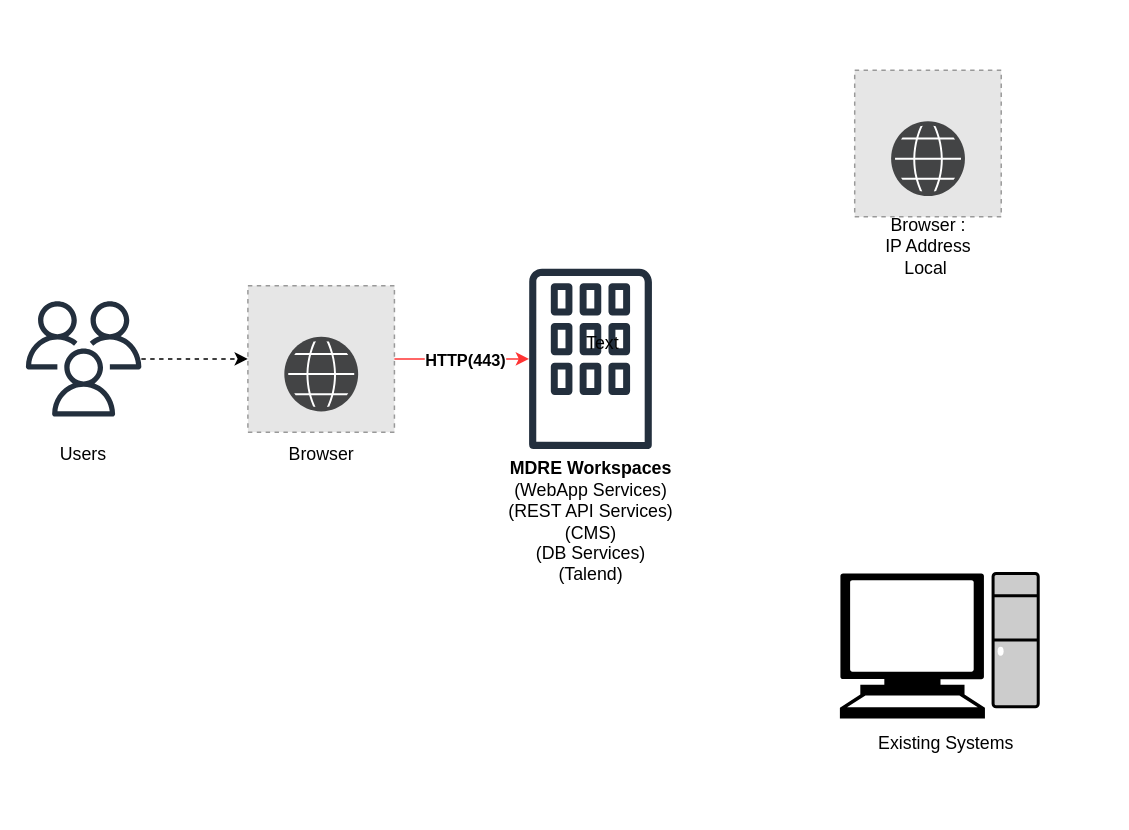
mrapriansyah34/draw.io keeps this draw.io diagram as mdreworkspaces.drawio. Above is the earlier version. Source tidied: cells renumbered, new cells numbered last; positions are measured from the earlier drawing's top-left corner, leaving out a move shared by most shapes. Both pictures are drawn from the tidied source at 148%, with x=0, y=0 at pixel (25, 70). Pictures stored in the file or linked from it are replaced by grey dashed boxes.
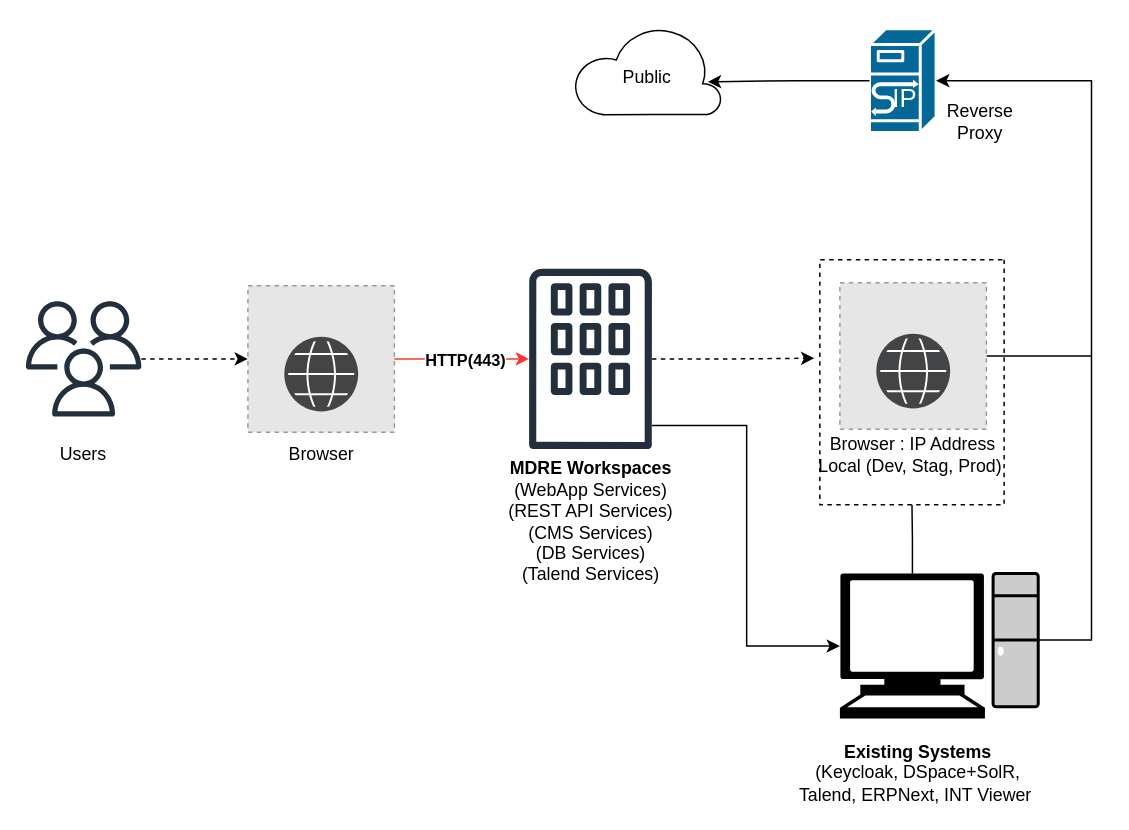
After the change.

Unchanged cells that the change refers to:
```xml
<mxCell id="8" style="sketch=0;outlineConnect=0;fontColor=#232F3E;gradientColor=none;fillColor=#232F3D;strokeColor=none;dashed=0;verticalLabelPosition=bottom;verticalAlign=top;align=center;html=1;fontSize=12;fontStyle=0;shape=mxgraph.aws4.corporate_data_center;" parent="1" vertex="1">
  <mxGeometry x="340" y="133.9" width="83" height="122.2" as="geometry" />
</mxCell>
<mxCell id="12" style="fillColor=#E6E6E6;strokeColor=#999999;dashed=1;html=1;verticalAlign=top;verticalLabelPosition=bottom;labelBackgroundColor=#ffffff;" parent="11" vertex="1">
  <mxGeometry width="99" height="99" as="geometry" />
</mxCell>
<mxCell id="21" style="fontColor=#0066CC;verticalAlign=top;verticalLabelPosition=bottom;labelPosition=center;align=center;html=1;outlineConnect=0;fillColor=#CCCCCC;strokeColor=#000000;gradientColor=none;gradientDirection=north;strokeWidth=2;shape=mxgraph.networks.desktop_pc;" parent="20" vertex="1">
  <mxGeometry x="103.5" width="30.5" height="90" as="geometry" />
</mxCell>
<mxCell id="22" style="shape=mxgraph.signs.tech.computer;html=1;fillColor=#000000;strokeColor=none;verticalLabelPosition=bottom;verticalAlign=top;align=center;" parent="20" vertex="1">
  <mxGeometry width="98" height="98" as="geometry" />
</mxCell>
```

Change to the diagram source:
```diff
@@
+    <mxCell id="23" style="edgeStyle=orthogonalEdgeStyle;rounded=0;jettySize=auto;html=1;entryX=0.402;entryY=1.03;entryDx=0;entryDy=0;entryPerimeter=0;dashed=1;" parent="1" edge="1" source="8" target="24">
+      <mxGeometry relative="1" as="geometry" />
+    </mxCell>
@@
     <mxCell id="11" style="group;" parent="1" vertex="1">
-      <mxGeometry x="560" width="99" height="99" as="geometry" />
+      <mxGeometry x="550" y="143.5" width="134.5" height="134.5" as="geometry" />
     </mxCell>
+    <mxCell id="24" style="verticalLabelPosition=bottom;verticalAlign=top;html=1;shape=mxgraph.basic.rect;fillColor2=none;strokeWidth=1;size=20;indent=5;rotation=90;fillColor=none;dashed=1;" parent="11" vertex="1">
+      <mxGeometry x="-34.1" y="5" width="165.6" height="124.5" as="geometry" />
+    </mxCell>
+    <mxCell id="25" style="edgeStyle=orthogonalEdgeStyle;rounded=0;jettySize=auto;html=1;endArrow=none;endFill=0;" parent="11" edge="1" source="12">
+      <mxGeometry relative="1" as="geometry">
+        <mxPoint x="170" y="49.5" as="targetPoint" />
+      </mxGeometry>
+    </mxCell>
@@
-    <mxCell id="14" value="Text" style="text;html=1;align=center;verticalAlign=middle;whiteSpace=wrap;rounded=0;" parent="1" vertex="1">
-      <mxGeometry x="360" y="170" width="60" height="30" as="geometry" />
-    </mxCell>
-    <mxCell id="15" value="&lt;b&gt;MDRE Workspaces&lt;/b&gt;&lt;br&gt;(WebApp Services)&lt;br&gt;(REST API Services)&lt;br&gt;(CMS)&lt;br&gt;(DB Services)&lt;br&gt;(Talend)" style="text;html=1;align=center;verticalAlign=middle;whiteSpace=wrap;rounded=0;" parent="1" vertex="1">
+    <mxCell id="15" value="&lt;b&gt;MDRE Workspaces&lt;/b&gt;&lt;br&gt;(WebApp Services)&lt;br&gt;(REST API Services)&lt;br&gt;(CMS Services)&lt;br&gt;(DB Services)&lt;br&gt;(Talend Services)" style="text;html=1;align=center;verticalAlign=middle;whiteSpace=wrap;rounded=0;" parent="1" vertex="1">
       <mxGeometry x="319.8" y="290" width="123.5" height="30" as="geometry" />
     </mxCell>
@@
-    <mxCell id="18" value="Browser : IP Address Local&amp;nbsp;" style="text;html=1;align=center;verticalAlign=middle;whiteSpace=wrap;rounded=0;" parent="1" vertex="1">
-      <mxGeometry x="579.5" y="103.9" width="60" height="30" as="geometry" />
+    <mxCell id="18" value="Browser : IP Address Local (Dev, Stag, Prod)&amp;nbsp;" style="text;html=1;align=center;verticalAlign=middle;whiteSpace=wrap;rounded=0;" parent="1" vertex="1">
+      <mxGeometry x="534.2" y="244.5" width="130.5" height="30" as="geometry" />
     </mxCell>
-    <mxCell id="19" value="Existing Systems" style="text;html=1;align=center;verticalAlign=middle;whiteSpace=wrap;rounded=0;" parent="1" vertex="1">
-      <mxGeometry x="574" y="440" width="96" height="30" as="geometry" />
+    <mxCell id="19" value="&lt;b&gt;Existing Systems&lt;/b&gt;&lt;br&gt;(Keycloak, DSpace+SolR, Talend, ERPNext, INT Viewer&amp;nbsp;" style="text;html=1;align=center;verticalAlign=middle;whiteSpace=wrap;rounded=0;" parent="1" vertex="1">
+      <mxGeometry x="520" y="460" width="165.5" height="30" as="geometry" />
     </mxCell>
@@
+    <mxCell id="26" style="edgeStyle=orthogonalEdgeStyle;rounded=0;jettySize=auto;html=1;entryX=0;entryY=0.5;entryDx=0;entryDy=0;entryPerimeter=0;" parent="1" edge="1" source="8" target="22">
+      <mxGeometry relative="1" as="geometry">
+        <Array as="points">
+          <mxPoint x="487" y="240" />
+          <mxPoint x="487" y="389" />
+        </Array>
+      </mxGeometry>
+    </mxCell>
+    <mxCell id="27" style="edgeStyle=orthogonalEdgeStyle;rounded=0;jettySize=auto;html=1;entryX=1.013;entryY=0.496;entryDx=0;entryDy=0;entryPerimeter=0;strokeColor=none;" parent="1" edge="1" source="22" target="24">
+      <mxGeometry relative="1" as="geometry" />
+    </mxCell>
+    <mxCell id="28" style="edgeStyle=orthogonalEdgeStyle;rounded=0;jettySize=auto;html=1;startArrow=none;startFill=0;endArrow=none;endFill=0;" parent="1" edge="1" source="22" target="24">
+      <mxGeometry relative="1" as="geometry" />
+    </mxCell>
+    <mxCell id="29" style="shape=mxgraph.cisco.servers.sip_proxy_server;html=1;dashed=0;fillColor=#036897;strokeColor=#ffffff;strokeWidth=2;verticalLabelPosition=bottom;verticalAlign=top;align=center;outlineConnect=0;" parent="1" vertex="1">
+      <mxGeometry x="570" y="-28" width="45" height="70" as="geometry" />
+    </mxCell>
+    <mxCell id="30" style="group;" parent="1" vertex="1">
+      <mxGeometry x="370" y="-30" width="100" height="60" as="geometry" />
+    </mxCell>
+    <mxCell id="31" style="verticalLabelPosition=bottom;html=1;verticalAlign=top;align=center;strokeColor=default;fillColor=#FFFFFF;shape=mxgraph.azure.cloud;" parent="30" vertex="1">
+      <mxGeometry width="100" height="60" as="geometry" />
+    </mxCell>
+    <mxCell id="32" value="Public" style="text;html=1;align=center;verticalAlign=middle;whiteSpace=wrap;rounded=0;" parent="30" vertex="1">
+      <mxGeometry x="20" y="20" width="60" height="30" as="geometry" />
+    </mxCell>
+    <mxCell id="33" style="edgeStyle=orthogonalEdgeStyle;rounded=0;jettySize=auto;html=1;entryX=1;entryY=0.5;entryDx=0;entryDy=0;entryPerimeter=0;" parent="1" edge="1" source="21" target="29">
+      <mxGeometry relative="1" as="geometry">
+        <Array as="points">
+          <mxPoint x="720" y="385" />
+          <mxPoint x="720" y="7" />
+        </Array>
+      </mxGeometry>
+    </mxCell>
+    <mxCell id="34" value="Reverse Proxy" style="text;html=1;align=center;verticalAlign=middle;whiteSpace=wrap;rounded=0;" parent="1" vertex="1">
+      <mxGeometry x="615" y="20" width="60" height="30" as="geometry" />
+    </mxCell>
+    <mxCell id="35" style="edgeStyle=orthogonalEdgeStyle;rounded=0;jettySize=auto;html=1;entryX=0.908;entryY=0.63;entryDx=0;entryDy=0;entryPerimeter=0;" parent="1" edge="1" source="29" target="31">
+      <mxGeometry relative="1" as="geometry" />
+    </mxCell>
```
